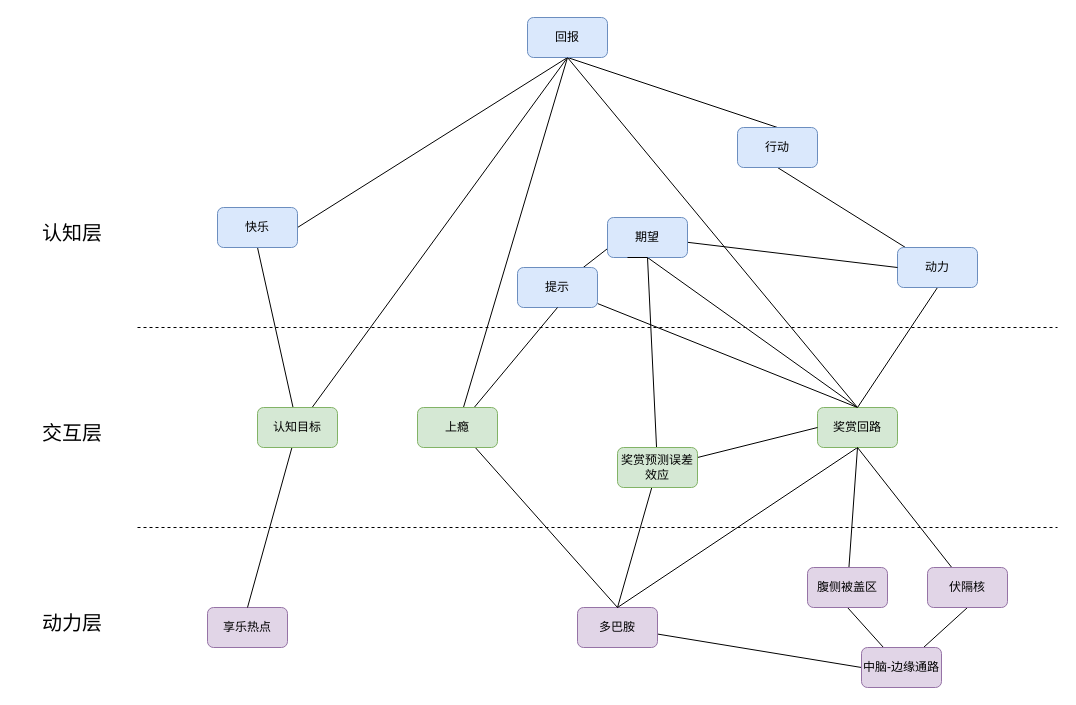
Earlier version of the draw.io diagram 大脑原理-反馈-认知三层模型.drawio (youyusan/open_mind). Source tidied: cells renumbered, new cells numbered last; positions are measured from the earlier drawing's top-left corner, leaving out a move shared by most shapes. Both pictures are drawn from the tidied source at 100%, with x=0, y=0 at pixel (17, 17).
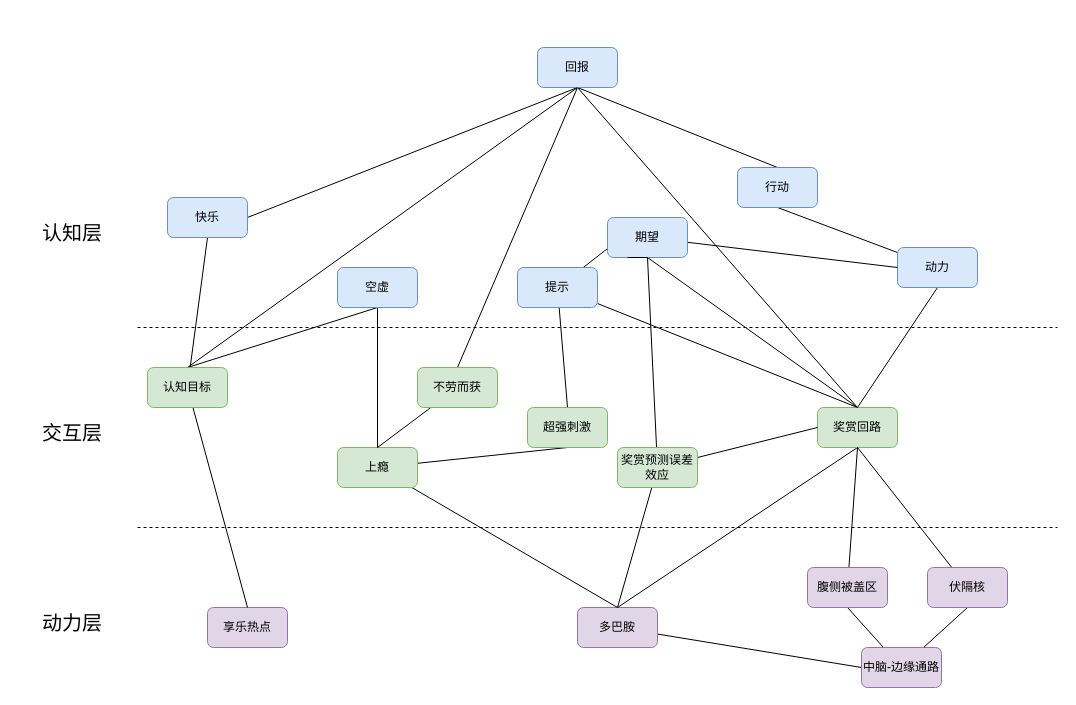
After the change.

Commit message (it also covers changes not shown here):
更新大脑原理-反馈-认知三层模型.drawio

The change refers to these unchanged cells:
```xml
<mxCell id="29" value="提示" style="rounded=1;whiteSpace=wrap;html=1;fillColor=#dae8fc;strokeColor=#6c8ebf;" parent="1" vertex="1">
  <mxGeometry x="500" y="250" width="80" height="40" as="geometry" />
</mxCell>
```

Diff of the diagram source:
```diff
@@
-    <mxCell id="25" style="edgeStyle=none;shape=connector;rounded=0;jettySize=auto;html=1;labelBackgroundColor=default;strokeColor=default;align=center;verticalAlign=middle;fontFamily=Helvetica;fontSize=11;fontColor=default;endArrow=none;endFill=0;exitX=0.5;exitY=1;exitDx=0;exitDy=0;" parent="1" edge="1" source="26" target="46">
+    <mxCell id="25" style="edgeStyle=none;shape=connector;rounded=0;jettySize=auto;html=1;labelBackgroundColor=default;strokeColor=default;align=center;verticalAlign=middle;fontFamily=Helvetica;fontSize=11;fontColor=default;endArrow=none;endFill=0;exitX=0.5;exitY=1;exitDx=0;exitDy=0;entryX=0.5;entryY=0;entryDx=0;entryDy=0;" parent="1" edge="1" source="26" target="54">
       <mxGeometry relative="1" as="geometry" />
     </mxCell>
     <mxCell id="26" value="回报" style="rounded=1;whiteSpace=wrap;html=1;fillColor=#dae8fc;strokeColor=#6c8ebf;" parent="1" vertex="1">
-      <mxGeometry x="510" width="80" height="40" as="geometry" />
+      <mxGeometry x="520" y="30" width="80" height="40" as="geometry" />
     </mxCell>
@@
+    <mxCell id="47" style="edgeStyle=none;shape=connector;rounded=0;jettySize=auto;html=1;entryX=0.5;entryY=0;entryDx=0;entryDy=0;labelBackgroundColor=default;strokeColor=default;align=center;verticalAlign=middle;fontFamily=Helvetica;fontSize=11;fontColor=default;endArrow=none;endFill=0;" parent="1" edge="1" source="29" target="52">
+      <mxGeometry relative="1" as="geometry" />
+    </mxCell>
@@
     <mxCell id="36" value="行动" style="rounded=1;whiteSpace=wrap;html=1;fillColor=#dae8fc;strokeColor=#6c8ebf;" parent="1" vertex="1">
-      <mxGeometry x="720" y="110" width="80" height="40" as="geometry" />
+      <mxGeometry x="720" y="150" width="80" height="40" as="geometry" />
     </mxCell>
@@
-    <mxCell id="40" style="edgeStyle=none;shape=connector;rounded=0;jettySize=auto;html=1;entryX=0.5;entryY=1;entryDx=0;entryDy=0;labelBackgroundColor=default;strokeColor=default;align=center;verticalAlign=middle;fontFamily=Helvetica;fontSize=11;fontColor=default;endArrow=none;endFill=0;" parent="1" edge="1" source="41" target="26">
+    <mxCell id="40" style="edgeStyle=none;shape=connector;rounded=0;jettySize=auto;html=1;entryX=0.5;entryY=1;entryDx=0;entryDy=0;labelBackgroundColor=default;strokeColor=default;align=center;verticalAlign=middle;fontFamily=Helvetica;fontSize=11;fontColor=default;endArrow=none;endFill=0;exitX=0.5;exitY=0;exitDx=0;exitDy=0;" parent="1" edge="1" source="41" target="26">
       <mxGeometry relative="1" as="geometry" />
     </mxCell>
+    <mxCell id="48" style="edgeStyle=none;shape=connector;rounded=0;jettySize=auto;html=1;entryX=0.5;entryY=1;entryDx=0;entryDy=0;labelBackgroundColor=default;strokeColor=default;align=center;verticalAlign=middle;fontFamily=Helvetica;fontSize=11;fontColor=default;endArrow=none;endFill=0;exitX=0.5;exitY=0;exitDx=0;exitDy=0;" parent="1" edge="1" source="41" target="51">
+      <mxGeometry relative="1" as="geometry" />
+    </mxCell>
     <mxCell id="41" value="认知目标" style="rounded=1;whiteSpace=wrap;html=1;fillColor=#d5e8d4;strokeColor=#82b366;" parent="1" vertex="1">
-      <mxGeometry x="240" y="390" width="80" height="40" as="geometry" />
+      <mxGeometry x="130" y="350" width="80" height="40" as="geometry" />
     </mxCell>
     <mxCell id="42" value="快乐" style="rounded=1;whiteSpace=wrap;html=1;fillColor=#dae8fc;strokeColor=#6c8ebf;" parent="1" vertex="1">
-      <mxGeometry x="200" y="190" width="80" height="40" as="geometry" />
+      <mxGeometry x="150" y="180" width="80" height="40" as="geometry" />
     </mxCell>
@@
-    <mxCell id="45" style="edgeStyle=none;shape=connector;rounded=0;jettySize=auto;html=1;entryX=0.5;entryY=1;entryDx=0;entryDy=0;labelBackgroundColor=default;strokeColor=default;align=center;verticalAlign=middle;fontFamily=Helvetica;fontSize=11;fontColor=default;endArrow=none;endFill=0;" parent="1" edge="1" source="46" target="29">
-      <mxGeometry relative="1" as="geometry" />
-    </mxCell>
+    <mxCell id="49" style="edgeStyle=none;shape=connector;rounded=0;jettySize=auto;html=1;entryX=0.5;entryY=1;entryDx=0;entryDy=0;labelBackgroundColor=default;strokeColor=default;align=center;verticalAlign=middle;fontFamily=Helvetica;fontSize=11;fontColor=default;endArrow=none;endFill=0;" parent="1" edge="1" source="46" target="52">
+      <mxGeometry relative="1" as="geometry" />
+    </mxCell>
     <mxCell id="46" value="上瘾" style="rounded=1;whiteSpace=wrap;html=1;fillColor=#d5e8d4;strokeColor=#82b366;" parent="1" vertex="1">
-      <mxGeometry x="400" y="390" width="80" height="40" as="geometry" />
+      <mxGeometry x="320" y="430" width="80" height="40" as="geometry" />
     </mxCell>
+    <mxCell id="50" style="edgeStyle=none;shape=connector;rounded=0;jettySize=auto;html=1;labelBackgroundColor=default;strokeColor=default;align=center;verticalAlign=middle;fontFamily=Helvetica;fontSize=11;fontColor=default;endArrow=none;endFill=0;entryX=0.5;entryY=0;entryDx=0;entryDy=0;" parent="1" edge="1" source="51" target="46">
+      <mxGeometry relative="1" as="geometry" />
+    </mxCell>
+    <mxCell id="51" value="空虚" style="rounded=1;whiteSpace=wrap;html=1;fillColor=#dae8fc;strokeColor=#6c8ebf;" parent="1" vertex="1">
+      <mxGeometry x="320" y="250" width="80" height="40" as="geometry" />
+    </mxCell>
+    <mxCell id="52" value="超强刺激" style="rounded=1;whiteSpace=wrap;html=1;fillColor=#d5e8d4;strokeColor=#82b366;" parent="1" vertex="1">
+      <mxGeometry x="510" y="390" width="80" height="40" as="geometry" />
+    </mxCell>
+    <mxCell id="53" style="edgeStyle=none;shape=connector;rounded=0;jettySize=auto;html=1;entryX=0.5;entryY=0;entryDx=0;entryDy=0;labelBackgroundColor=default;strokeColor=default;align=center;verticalAlign=middle;fontFamily=Helvetica;fontSize=11;fontColor=default;endArrow=none;endFill=0;" parent="1" edge="1" source="54" target="46">
+      <mxGeometry relative="1" as="geometry" />
+    </mxCell>
+    <mxCell id="54" value="不劳而获" style="rounded=1;whiteSpace=wrap;html=1;fillColor=#d5e8d4;strokeColor=#82b366;" parent="1" vertex="1">
+      <mxGeometry x="400" y="350" width="80" height="40" as="geometry" />
+    </mxCell>
```
